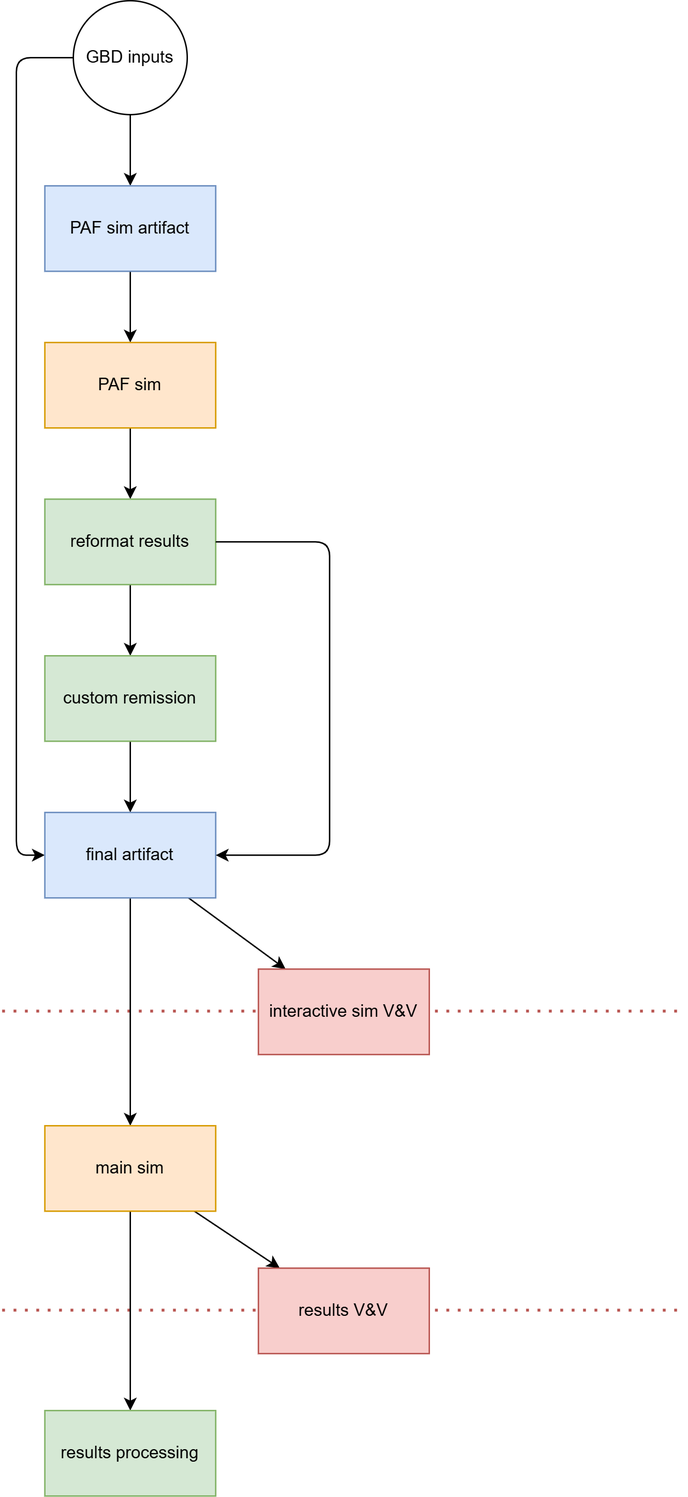
The draw.io diagram docs/source/model_design/vivarium_features/modeling_workflow_automation/dag.drawio.png in ihmeuw/vivarium_research, before a commit. Source tidied: cells renumbered, new cells last; positions are measured from the earlier drawing's top-left corner, leaving out a move shared by most shapes.
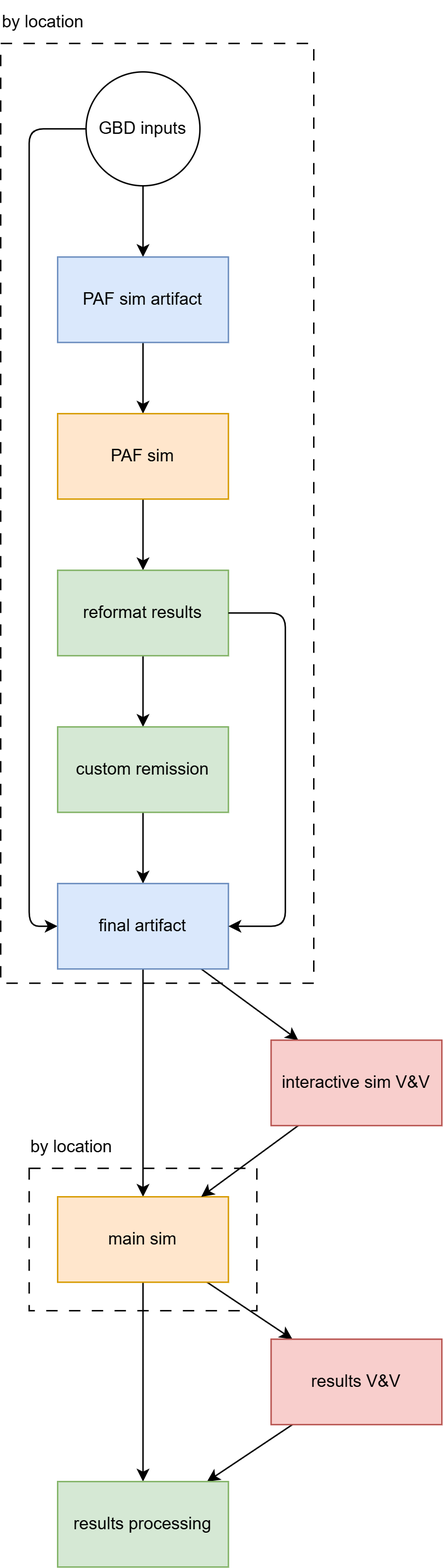
The same diagram one commit later.

The edit, as a diff of the source:
```diff
@@ -2,18 +2,9 @@
   <root>
     <mxCell id="0" />
     <mxCell id="1" parent="0" />
-    <mxCell id="2" style="endArrow=none;dashed=1;html=1;dashPattern=1 3;strokeWidth=2;fillColor=#f8cecc;strokeColor=#b85450;" parent="1" edge="1">
-      <mxGeometry relative="1" as="geometry">
-        <mxPoint y="919.5" as="sourcePoint" />
-        <mxPoint x="480" y="919.5" as="targetPoint" />
-      </mxGeometry>
-    </mxCell>
-    <mxCell id="3" style="endArrow=none;dashed=1;html=1;dashPattern=1 3;strokeWidth=2;fillColor=#f8cecc;strokeColor=#b85450;" parent="1" edge="1">
-      <mxGeometry relative="1" as="geometry">
-        <mxPoint y="709.5" as="sourcePoint" />
-        <mxPoint x="480" y="709.5" as="targetPoint" />
-      </mxGeometry>
-    </mxCell>
+    <mxCell id="25" style="rounded=0;whiteSpace=wrap;html=1;fillColor=none;dashed=1;dashPattern=8 8;" parent="1" vertex="1">
+      <mxGeometry x="-10" y="-20" width="220" height="660" as="geometry" />
+    </mxCell>
     <mxCell id="4" style="edgeStyle=none;html=1;" parent="1" edge="1" source="6" target="8">
       <mxGeometry relative="1" as="geometry" />
     </mxCell>
@@ -73,19 +64,34 @@
     <mxCell id="21" style="edgeStyle=orthogonalEdgeStyle;html=1;entryX=1;entryY=0.5;entryDx=0;entryDy=0;exitX=1;exitY=0.5;exitDx=0;exitDy=0;" parent="1" edge="1" source="12" target="17">
       <mxGeometry relative="1" as="geometry">
         <Array as="points">
-          <mxPoint x="230" y="380" />
-          <mxPoint x="230" y="600" />
+          <mxPoint x="190" y="380" />
+          <mxPoint x="190" y="600" />
         </Array>
       </mxGeometry>
     </mxCell>
+    <mxCell id="26" style="edgeStyle=none;html=1;" parent="1" edge="1" source="22" target="20">
+      <mxGeometry relative="1" as="geometry" />
+    </mxCell>
     <mxCell id="22" value="interactive sim V&amp;amp;V" style="rounded=0;whiteSpace=wrap;html=1;fillColor=#f8cecc;strokeColor=#b85450;" parent="1" vertex="1">
       <mxGeometry x="180" y="680" width="120" height="60" as="geometry" />
     </mxCell>
+    <mxCell id="27" style="edgeStyle=none;html=1;" parent="1" edge="1" source="23" target="24">
+      <mxGeometry relative="1" as="geometry" />
+    </mxCell>
     <mxCell id="23" value="results V&amp;amp;V" style="rounded=0;whiteSpace=wrap;html=1;fillColor=#f8cecc;strokeColor=#b85450;" parent="1" vertex="1">
       <mxGeometry x="180" y="890" width="120" height="60" as="geometry" />
     </mxCell>
     <mxCell id="24" value="results processing" style="rounded=0;whiteSpace=wrap;html=1;fillColor=#d5e8d4;strokeColor=#82b366;" parent="1" vertex="1">
       <mxGeometry x="30" y="990" width="120" height="60" as="geometry" />
     </mxCell>
+    <mxCell id="28" value="by location" style="text;html=1;whiteSpace=wrap;strokeColor=none;fillColor=none;align=center;verticalAlign=middle;rounded=0;" parent="1" vertex="1">
+      <mxGeometry x="-10" y="-50" width="60" height="30" as="geometry" />
+    </mxCell>
+    <mxCell id="29" style="rounded=0;whiteSpace=wrap;html=1;fillColor=none;dashed=1;dashPattern=8 8;" parent="1" vertex="1">
+      <mxGeometry x="10" y="770" width="160" height="100" as="geometry" />
+    </mxCell>
+    <mxCell id="30" value="by location" style="text;html=1;whiteSpace=wrap;strokeColor=none;fillColor=none;align=center;verticalAlign=middle;rounded=0;" parent="1" vertex="1">
+      <mxGeometry x="10" y="740" width="60" height="30" as="geometry" />
+    </mxCell>
   </root>
 </mxGraphModel>
```
